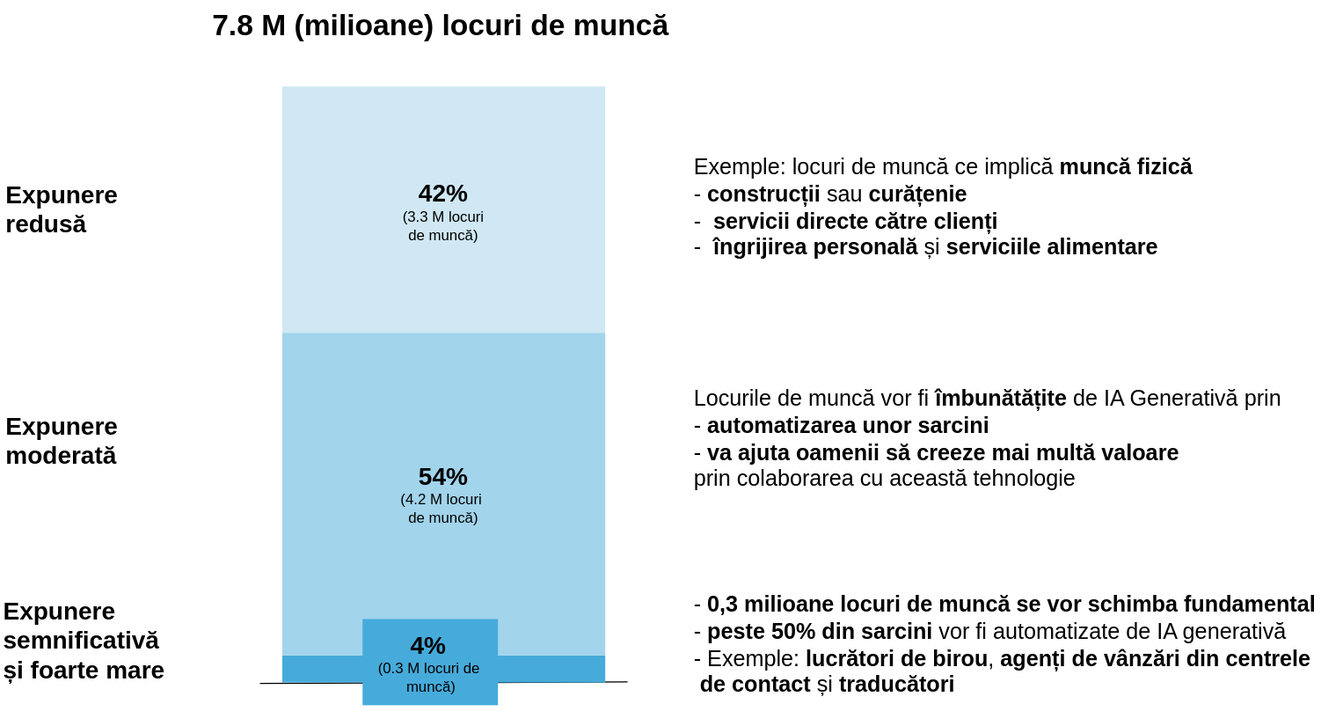
Above: imagini/IA-Gen_Ro.svg in CozminaSecula/IA-Intro-Public (draw.io), before the change. Source tidied: cells renumbered, new cells last; positions are measured from the earlier drawing's top-left corner, leaving out a move shared by most shapes.
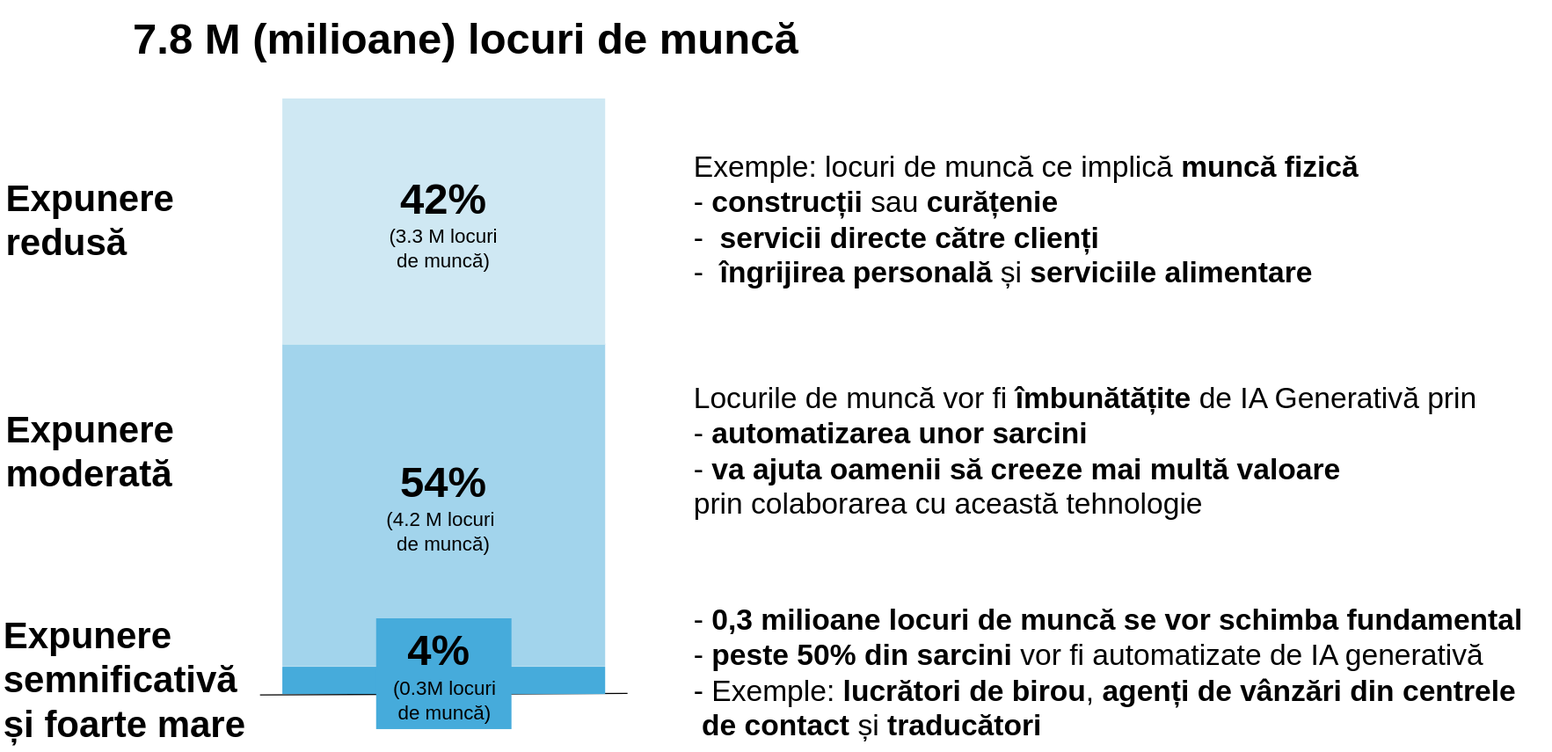
After the change.

Change to the diagram source:
```diff
@@ -3,28 +3,28 @@
     <mxCell id="0" />
     <mxCell id="1" parent="0" />
     <mxCell id="2" style="group;" parent="1" vertex="1">
-      <mxGeometry width="1091" height="589" as="geometry" />
+      <mxGeometry width="1261" height="589" as="geometry" />
     </mxCell>
-    <mxCell id="3" value="&lt;font style=&quot;font-size: 24px;&quot;&gt;7.8 M (milioane) locuri de muncă&amp;nbsp;&lt;/font&gt;" style="text;html=1;align=center;verticalAlign=middle;strokeColor=none;fillColor=none;fontStyle=1;fontSize=22;" parent="2" vertex="1">
-      <mxGeometry x="170" width="380" height="40" as="geometry" />
+    <mxCell id="3" value="&lt;font style=&quot;font-size: 35px;&quot;&gt;7.8 M (milioane) locuri de muncă&amp;nbsp;&lt;/font&gt;" style="text;html=1;align=center;verticalAlign=middle;strokeColor=none;fillColor=none;fontStyle=1;fontSize=22;" parent="2" vertex="1">
+      <mxGeometry x="112" y="-10" width="540" height="60" as="geometry" />
     </mxCell>
-    <mxCell id="4" value="Expunere&lt;div&gt;redusă&lt;/div&gt;" style="text;html=1;align=left;verticalAlign=middle;strokeColor=none;fillColor=none;fontSize=20;fontStyle=1;" parent="2" vertex="1">
-      <mxGeometry x="2" y="138" width="110" height="60" as="geometry" />
+    <mxCell id="4" value="Expunere&lt;div&gt;redusă&lt;/div&gt;" style="text;html=1;align=left;verticalAlign=middle;strokeColor=none;fillColor=none;fontSize=30;fontStyle=1;" parent="2" vertex="1">
+      <mxGeometry x="2" y="123" width="150" height="90" as="geometry" />
     </mxCell>
-    <mxCell id="5" value="&lt;div&gt;Exemple: locuri de muncă ce implică &lt;b&gt;muncă fizică&lt;/b&gt;&amp;nbsp;&lt;br&gt;&lt;/div&gt;&lt;div&gt;&lt;span style=&quot;background-color: transparent; color: light-dark(rgb(0, 0, 0), rgb(255, 255, 255));&quot;&gt;-&amp;nbsp;&lt;/span&gt;&lt;b style=&quot;background-color: transparent; color: light-dark(rgb(0, 0, 0), rgb(255, 255, 255));&quot;&gt;construcții&lt;/b&gt;&lt;span style=&quot;background-color: transparent; color: light-dark(rgb(0, 0, 0), rgb(255, 255, 255));&quot;&gt; sau &lt;/span&gt;&lt;b style=&quot;background-color: transparent; color: light-dark(rgb(0, 0, 0), rgb(255, 255, 255));&quot;&gt;curățenie&lt;/b&gt;&lt;/div&gt;&lt;div&gt;&lt;span style=&quot;background-color: transparent; color: light-dark(rgb(0, 0, 0), rgb(255, 255, 255));&quot;&gt;-&amp;nbsp;&amp;nbsp;&lt;/span&gt;&lt;b style=&quot;background-color: transparent; color: light-dark(rgb(0, 0, 0), rgb(255, 255, 255));&quot;&gt;servicii directe către clienți&lt;/b&gt;&lt;span style=&quot;background-color: transparent; color: light-dark(rgb(0, 0, 0), rgb(255, 255, 255));&quot;&gt;&amp;nbsp;&lt;/span&gt;&lt;/div&gt;&lt;div&gt;&lt;div&gt;-&amp;nbsp;&amp;nbsp;&lt;b&gt;îngrijirea personală&lt;/b&gt; și &lt;b&gt;serviciile alimentare&lt;/b&gt;&lt;/div&gt;&lt;/div&gt;" style="text;html=1;align=left;verticalAlign=middle;strokeColor=none;fillColor=none;fontSize=18;" parent="2" vertex="1">
-      <mxGeometry x="561" y="118" width="430" height="100" as="geometry" />
+    <mxCell id="5" value="&lt;div&gt;&lt;font style=&quot;font-size: 24px;&quot;&gt;Exemple: locuri de muncă ce implică &lt;b&gt;muncă fizică&lt;/b&gt;&amp;nbsp;&lt;br&gt;&lt;/font&gt;&lt;/div&gt;&lt;div&gt;&lt;font style=&quot;font-size: 24px;&quot;&gt;&lt;span style=&quot;background-color: transparent; color: light-dark(rgb(0, 0, 0), rgb(255, 255, 255));&quot;&gt;-&amp;nbsp;&lt;/span&gt;&lt;b style=&quot;background-color: transparent; color: light-dark(rgb(0, 0, 0), rgb(255, 255, 255));&quot;&gt;construcții&lt;/b&gt;&lt;span style=&quot;background-color: transparent; color: light-dark(rgb(0, 0, 0), rgb(255, 255, 255));&quot;&gt; sau &lt;/span&gt;&lt;b style=&quot;background-color: transparent; color: light-dark(rgb(0, 0, 0), rgb(255, 255, 255));&quot;&gt;curățenie&lt;/b&gt;&lt;/font&gt;&lt;/div&gt;&lt;div&gt;&lt;font style=&quot;font-size: 24px;&quot;&gt;&lt;span style=&quot;background-color: transparent; color: light-dark(rgb(0, 0, 0), rgb(255, 255, 255));&quot;&gt;-&amp;nbsp;&amp;nbsp;&lt;/span&gt;&lt;b style=&quot;background-color: transparent; color: light-dark(rgb(0, 0, 0), rgb(255, 255, 255));&quot;&gt;servicii directe către clienți&lt;/b&gt;&lt;span style=&quot;background-color: transparent; color: light-dark(rgb(0, 0, 0), rgb(255, 255, 255));&quot;&gt;&amp;nbsp;&lt;/span&gt;&lt;/font&gt;&lt;/div&gt;&lt;div&gt;&lt;div&gt;&lt;font style=&quot;font-size: 24px;&quot;&gt;-&amp;nbsp;&amp;nbsp;&lt;b&gt;îngrijirea personală&lt;/b&gt; și &lt;b&gt;serviciile alimentare&lt;/b&gt;&lt;/font&gt;&lt;/div&gt;&lt;/div&gt;" style="text;html=1;align=left;verticalAlign=middle;strokeColor=none;fillColor=none;fontSize=18;" parent="2" vertex="1">
+      <mxGeometry x="561" y="103" width="570" height="130" as="geometry" />
     </mxCell>
-    <mxCell id="6" value="&lt;font style=&quot;font-size: 18px;&quot;&gt;&lt;font&gt;Locurile de muncă&amp;nbsp;&lt;/font&gt;&lt;span style=&quot;background-color: transparent; color: light-dark(rgb(0, 0, 0), rgb(255, 255, 255));&quot;&gt;vor fi &lt;/span&gt;&lt;b style=&quot;background-color: transparent; color: light-dark(rgb(0, 0, 0), rgb(255, 255, 255));&quot;&gt;îmbunătățite&lt;/b&gt;&lt;span style=&quot;background-color: transparent; color: light-dark(rgb(0, 0, 0), rgb(255, 255, 255));&quot;&gt; de IA Generativă prin&lt;/span&gt;&lt;/font&gt;&lt;div&gt;&lt;div&gt;&lt;font style=&quot;font-size: 18px;&quot;&gt;-&amp;nbsp;&lt;b&gt;automatizarea unor sarcini&lt;/b&gt;&amp;nbsp;&lt;/font&gt;&lt;/div&gt;&lt;div&gt;&lt;font style=&quot;font-size: 18px;&quot;&gt;&lt;font&gt;- &lt;/font&gt;&lt;b style=&quot;background-color: transparent; color: light-dark(rgb(0, 0, 0), rgb(255, 255, 255));&quot;&gt;va ajuta oamenii să creeze&amp;nbsp;&lt;/b&gt;&lt;b style=&quot;background-color: transparent; color: light-dark(rgb(0, 0, 0), rgb(255, 255, 255));&quot;&gt;mai multă valoare&amp;nbsp;&lt;/b&gt;&lt;/font&gt;&lt;/div&gt;&lt;div&gt;&lt;span style=&quot;background-color: transparent; color: light-dark(rgb(0, 0, 0), rgb(255, 255, 255));&quot;&gt;&lt;font style=&quot;font-size: 18px;&quot;&gt;prin colaborarea cu această tehnologie&lt;/font&gt;&lt;/span&gt;&lt;/div&gt;&lt;/div&gt;" style="text;html=1;align=left;verticalAlign=middle;strokeColor=none;fillColor=none;fontSize=16;" parent="2" vertex="1">
-      <mxGeometry x="561" y="306" width="500" height="100" as="geometry" />
+    <mxCell id="6" value="&lt;font style=&quot;font-size: 24px;&quot;&gt;&lt;font style=&quot;&quot;&gt;Locurile de muncă&amp;nbsp;&lt;/font&gt;&lt;span style=&quot;background-color: transparent; color: light-dark(rgb(0, 0, 0), rgb(255, 255, 255));&quot;&gt;vor fi &lt;/span&gt;&lt;b style=&quot;background-color: transparent; color: light-dark(rgb(0, 0, 0), rgb(255, 255, 255));&quot;&gt;îmbunătățite&lt;/b&gt;&lt;span style=&quot;background-color: transparent; color: light-dark(rgb(0, 0, 0), rgb(255, 255, 255));&quot;&gt; de IA Generativă prin&lt;/span&gt;&lt;/font&gt;&lt;div&gt;&lt;div&gt;&lt;font style=&quot;font-size: 24px;&quot;&gt;-&amp;nbsp;&lt;b&gt;automatizarea unor sarcini&lt;/b&gt;&amp;nbsp;&lt;/font&gt;&lt;/div&gt;&lt;div&gt;&lt;font style=&quot;font-size: 24px;&quot;&gt;&lt;font&gt;- &lt;/font&gt;&lt;b style=&quot;background-color: transparent; color: light-dark(rgb(0, 0, 0), rgb(255, 255, 255));&quot;&gt;va ajuta oamenii să creeze&amp;nbsp;&lt;/b&gt;&lt;b style=&quot;background-color: transparent; color: light-dark(rgb(0, 0, 0), rgb(255, 255, 255));&quot;&gt;mai multă valoare&amp;nbsp;&lt;/b&gt;&lt;/font&gt;&lt;/div&gt;&lt;div&gt;&lt;span style=&quot;background-color: transparent; color: light-dark(rgb(0, 0, 0), rgb(255, 255, 255));&quot;&gt;&lt;font style=&quot;font-size: 24px;&quot;&gt;prin colaborarea cu această tehnologie&lt;/font&gt;&lt;/span&gt;&lt;/div&gt;&lt;/div&gt;" style="text;html=1;align=left;verticalAlign=middle;strokeColor=none;fillColor=none;fontSize=16;" parent="2" vertex="1">
+      <mxGeometry x="561" y="291" width="660" height="130" as="geometry" />
     </mxCell>
-    <mxCell id="7" value="&lt;font style=&quot;font-size: 18px;&quot;&gt;- &lt;b&gt;0,3 milioane locuri de muncă&lt;/b&gt;&amp;nbsp;&lt;b&gt;se vor schimba fundamental&lt;/b&gt;&lt;/font&gt;&lt;div&gt;&lt;font style=&quot;font-size: 18px;&quot;&gt;- &lt;b&gt;peste 50% din sarcini&lt;/b&gt;&amp;nbsp;vor fi automatizate de IA generativă&lt;/font&gt;&lt;div&gt;&lt;font style=&quot;font-size: 18px;&quot;&gt;- Exemple:&lt;b&gt; lucrători de birou&lt;/b&gt;, &lt;b&gt;agenți de vânzări din centrele&lt;/b&gt;&lt;/font&gt;&lt;/div&gt;&lt;div&gt;&lt;font style=&quot;font-size: 18px;&quot;&gt;&lt;b&gt;&amp;nbsp;de contact&lt;/b&gt; și &lt;b&gt;traducători&lt;/b&gt;&lt;/font&gt;&lt;/div&gt;&lt;/div&gt;" style="text;html=1;align=left;verticalAlign=middle;strokeColor=none;fillColor=none;fontSize=16;" parent="2" vertex="1">
-      <mxGeometry x="561" y="473" width="530" height="100" as="geometry" />
+    <mxCell id="7" value="&lt;font style=&quot;font-size: 24px;&quot;&gt;- &lt;b style=&quot;&quot;&gt;0,3 milioane locuri de muncă&lt;/b&gt;&amp;nbsp;&lt;b style=&quot;&quot;&gt;se vor schimba fundamental&lt;/b&gt;&lt;/font&gt;&lt;div&gt;&lt;font style=&quot;font-size: 24px;&quot;&gt;- &lt;b&gt;peste 50% din sarcini&lt;/b&gt;&amp;nbsp;vor fi automatizate de IA generativă&lt;/font&gt;&lt;div&gt;&lt;font style=&quot;font-size: 24px;&quot;&gt;- Exemple:&lt;b&gt; lucrători de birou&lt;/b&gt;, &lt;b&gt;agenți de vânzări din centrele&lt;/b&gt;&lt;/font&gt;&lt;/div&gt;&lt;div&gt;&lt;font style=&quot;font-size: 24px;&quot;&gt;&lt;b style=&quot;&quot;&gt;&amp;nbsp;de contact&lt;/b&gt; și &lt;b style=&quot;&quot;&gt;traducători&lt;/b&gt;&lt;/font&gt;&lt;/div&gt;&lt;/div&gt;" style="text;html=1;align=left;verticalAlign=middle;strokeColor=none;fillColor=none;fontSize=16;" parent="2" vertex="1">
+      <mxGeometry x="561" y="471" width="700" height="130" as="geometry" />
     </mxCell>
-    <mxCell id="8" value="Expunere&lt;div&gt;moderată&lt;/div&gt;" style="text;html=1;align=left;verticalAlign=middle;strokeColor=none;fillColor=none;fontSize=20;fontStyle=1;" parent="2" vertex="1">
-      <mxGeometry x="2" y="326" width="110" height="60" as="geometry" />
+    <mxCell id="8" value="Expunere&lt;div&gt;moderată&lt;/div&gt;" style="text;html=1;align=left;verticalAlign=middle;strokeColor=none;fillColor=none;fontSize=30;fontStyle=1;" parent="2" vertex="1">
+      <mxGeometry x="2" y="311" width="150" height="90" as="geometry" />
     </mxCell>
-    <mxCell id="9" value="Expunere&amp;nbsp;&lt;div&gt;semnificativă&amp;nbsp;&lt;br&gt;și foarte mare&lt;/div&gt;" style="text;html=1;align=left;verticalAlign=middle;strokeColor=none;fillColor=none;fontSize=20;fontStyle=1;" parent="2" vertex="1">
-      <mxGeometry y="473" width="150" height="90" as="geometry" />
+    <mxCell id="9" value="Expunere&amp;nbsp;&lt;div&gt;semnificativă&amp;nbsp;&lt;br&gt;și foarte mare&lt;/div&gt;" style="text;html=1;align=left;verticalAlign=middle;strokeColor=none;fillColor=none;fontSize=30;fontStyle=1;" parent="2" vertex="1">
+      <mxGeometry y="481" width="210" height="120" as="geometry" />
     </mxCell>
     <mxCell id="10" style="group;" parent="2" vertex="1">
       <mxGeometry x="210.6" y="70" width="298.7" height="519" as="geometry" />
@@ -38,14 +38,14 @@
     <mxCell id="12" style="rounded=0;whiteSpace=wrap;html=1;fillColor=#46ABDB;strokeColor=#46ABDB;" parent="10" vertex="1">
       <mxGeometry x="18.7" y="461.7" width="261.4" height="21.2" as="geometry" />
     </mxCell>
-    <mxCell id="13" value="&lt;font style=&quot;font-size: 20px;&quot;&gt;&lt;b style=&quot;&quot;&gt;54%&lt;/b&gt;&lt;/font&gt;&lt;div&gt;&lt;font&gt;(4.2 M locuri&amp;nbsp;&lt;/font&gt;&lt;/div&gt;&lt;div&gt;&lt;font&gt;de muncă)&lt;/font&gt;&lt;/div&gt;" style="whiteSpace=wrap;html=1;fillColor=#A2D4EC;strokeColor=#A2D4EC;" parent="10" vertex="1">
+    <mxCell id="13" value="&lt;font style=&quot;font-size: 35px;&quot;&gt;&lt;b style=&quot;&quot;&gt;54%&lt;/b&gt;&lt;/font&gt;&lt;div&gt;&lt;font style=&quot;font-size: 16px;&quot;&gt;(4.2 M locuri&amp;nbsp;&lt;/font&gt;&lt;/div&gt;&lt;div&gt;&lt;font style=&quot;font-size: 16px;&quot;&gt;de muncă)&lt;/font&gt;&lt;/div&gt;" style="whiteSpace=wrap;html=1;fillColor=#A2D4EC;strokeColor=#A2D4EC;" parent="10" vertex="1">
       <mxGeometry x="18.7" y="199.1" width="261.4" height="261.4" as="geometry" />
     </mxCell>
-    <mxCell id="14" value="&lt;font style=&quot;font-size: 20px;&quot;&gt;&lt;b style=&quot;&quot;&gt;42%&lt;/b&gt;&lt;/font&gt;&lt;div&gt;&lt;font&gt;(3.3 M locuri &lt;br&gt;de muncă)&lt;/font&gt;&lt;/div&gt;" style="rounded=0;whiteSpace=wrap;html=1;fillColor=#CFE8F3;labelBorderColor=none;strokeColor=#CFE8F3;" parent="10" vertex="1">
+    <mxCell id="14" value="&lt;font style=&quot;font-size: 35px;&quot;&gt;&lt;b style=&quot;&quot;&gt;42%&lt;/b&gt;&lt;/font&gt;&lt;div&gt;&lt;font style=&quot;font-size: 16px;&quot;&gt;(3.3 M locuri &lt;br&gt;de muncă)&lt;/font&gt;&lt;/div&gt;" style="rounded=0;whiteSpace=wrap;html=1;fillColor=#CFE8F3;labelBorderColor=none;strokeColor=#CFE8F3;" parent="10" vertex="1">
       <mxGeometry x="18.7" width="261.4" height="199.1" as="geometry" />
     </mxCell>
-    <mxCell id="15" value="&lt;font style=&quot;&quot;&gt;&lt;b style=&quot;&quot;&gt;&lt;font style=&quot;font-size: 20px;&quot;&gt;4%&lt;/font&gt;&lt;span style=&quot;font-size: 16px;&quot;&gt;&amp;nbsp;&lt;/span&gt;&lt;/b&gt;&lt;/font&gt;&lt;div&gt;&lt;font&gt;(0.3 M locuri de&amp;nbsp;&lt;/font&gt;&lt;div&gt;&lt;font&gt;muncă)&lt;/font&gt;&lt;/div&gt;&lt;/div&gt;" style="text;html=1;align=center;verticalAlign=middle;strokeColor=none;fillColor=#46ABDB;" parent="10" vertex="1">
-      <mxGeometry x="83.4" y="431.9" width="110" height="70" as="geometry" />
+    <mxCell id="15" value="&lt;font style=&quot;font-size: 35px;&quot;&gt;&lt;b style=&quot;&quot;&gt;&lt;font style=&quot;&quot;&gt;4%&lt;/font&gt;&amp;nbsp;&lt;/b&gt;&lt;/font&gt;&lt;div&gt;&lt;font style=&quot;font-size: 16px;&quot;&gt;(0.3M locuri&lt;/font&gt;&lt;/div&gt;&lt;div&gt;&lt;font style=&quot;font-size: 16px;&quot;&gt;de&amp;nbsp;&lt;/font&gt;&lt;span style=&quot;font-size: 16px; background-color: transparent; color: light-dark(rgb(0, 0, 0), rgb(255, 255, 255));&quot;&gt;muncă)&lt;/span&gt;&lt;/div&gt;" style="text;html=1;align=center;verticalAlign=middle;strokeColor=none;fillColor=#46ABDB;" parent="10" vertex="1">
+      <mxGeometry x="94.4" y="421.9" width="110" height="90" as="geometry" />
     </mxCell>
   </root>
 </mxGraphModel>
```
